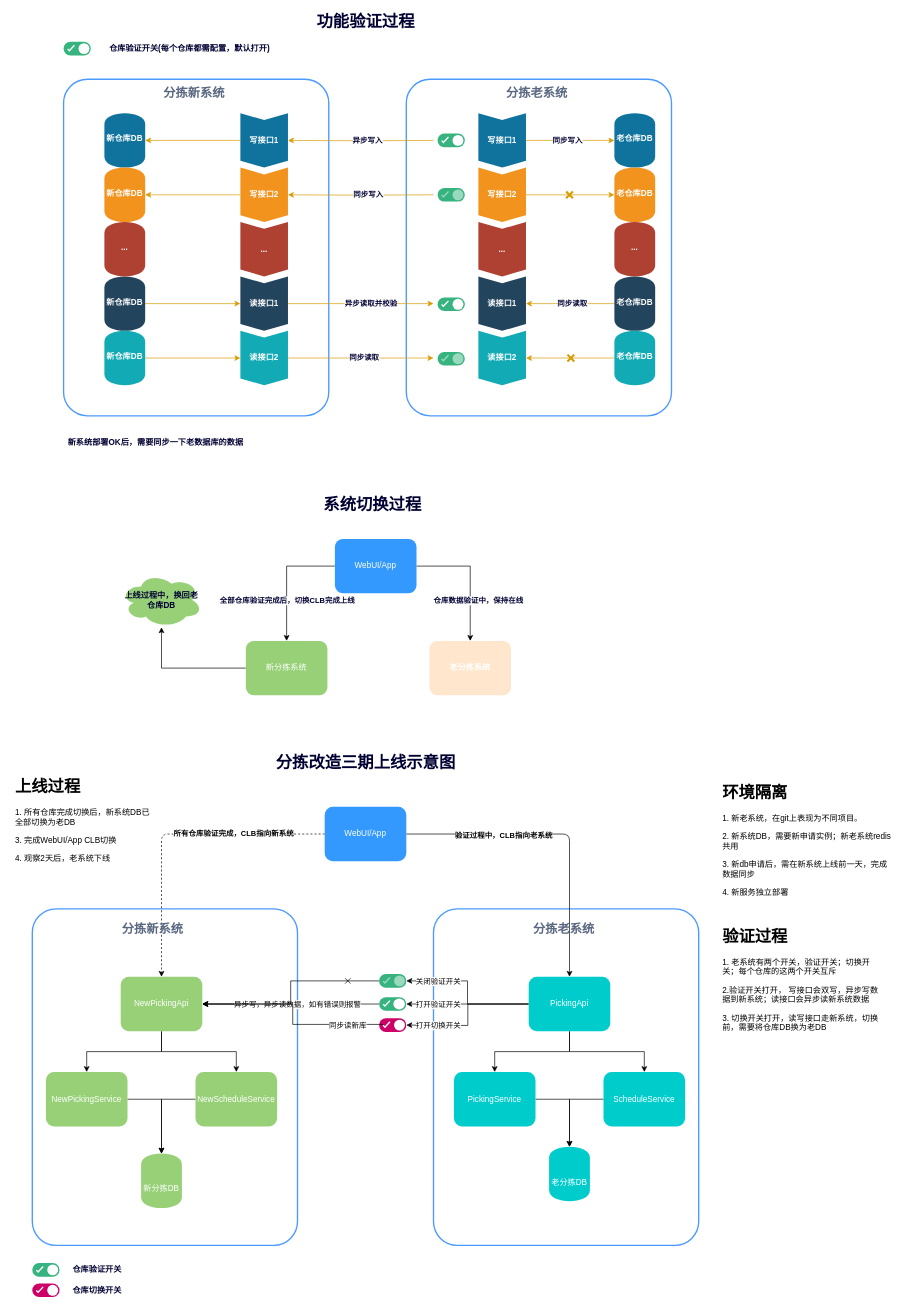
frakaka/mybatis-3 keeps this draw.io diagram as 分拣三期切换.drawio. Above is the earlier version. Source tidied: cells renumbered, new cells numbered last; positions are measured from the earlier drawing's top-left corner, leaving out a move shared by most shapes. Both pictures are drawn from the tidied source at 68%, with x=0, y=0 at pixel (12, 12).
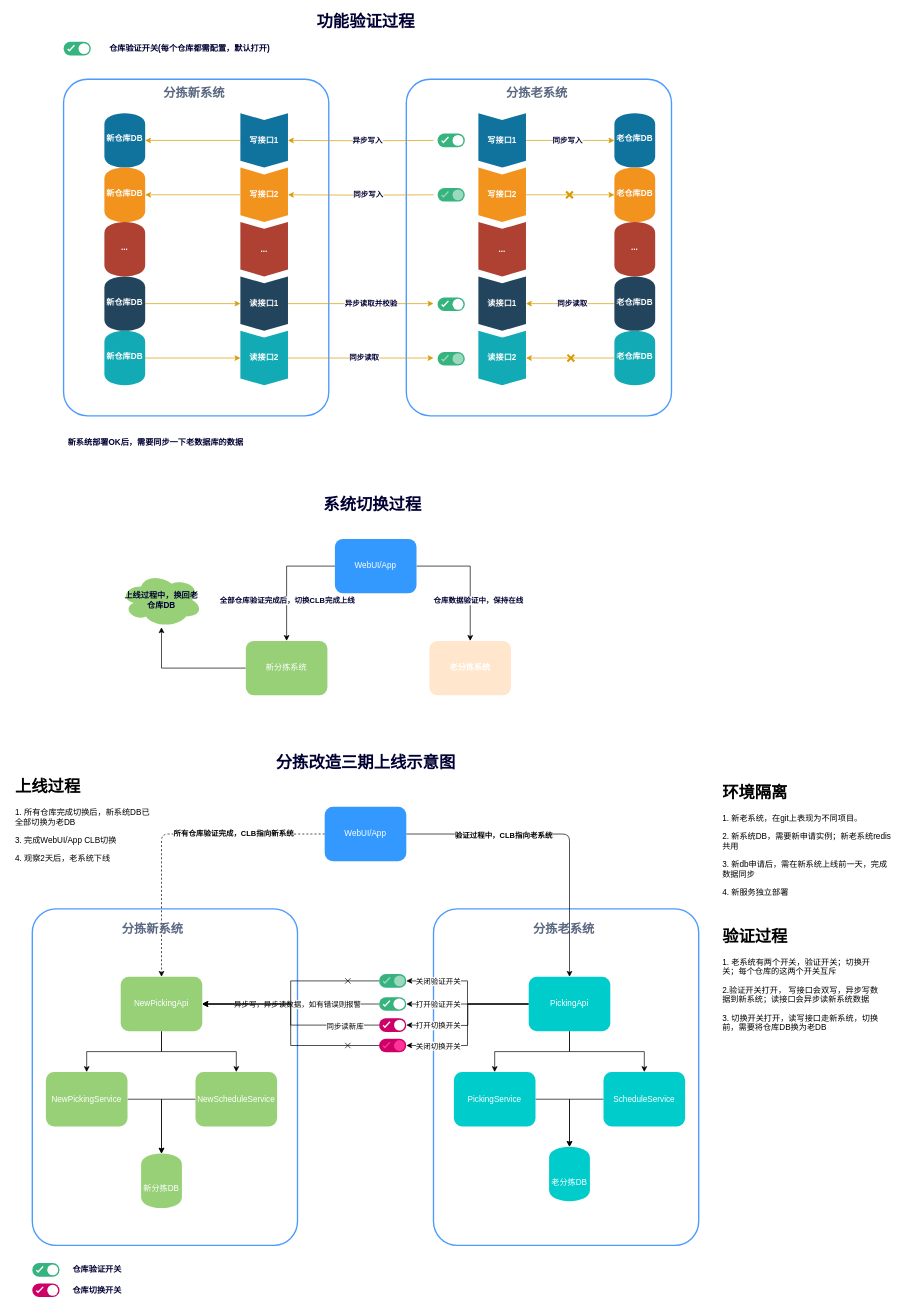
The same diagram, later.

Commit message:
Update 分拣三期切换.drawio

Unchanged cells that the change refers to:
```xml
<mxCell id="84" value="NewPickingApi" style="shape=ext;rounded=1;html=1;whiteSpace=wrap;fillColor=#97D077;fontColor=#FFFFFF;strokeColor=none;" parent="1" vertex="1">
  <mxGeometry x="160" y="1419" width="120" height="80" as="geometry" />
</mxCell>
<mxCell id="97" value="PickingApi" style="shape=ext;rounded=1;html=1;whiteSpace=wrap;fontColor=#FFFFFF;strokeColor=none;fillColor=#00CCCC;" parent="1" vertex="1">
  <mxGeometry x="760" y="1419" width="120" height="80" as="geometry" />
</mxCell>
<mxCell id="127" style="strokeColor=none;rounded=1;arcSize=50;fontColor=#000033;fillColor=#CC0066;" parent="1" vertex="1">
  <mxGeometry x="540" y="1480" width="40" height="20" as="geometry" />
</mxCell>
<mxCell id="129" style="html=1;shadow=0;dashed=0;shape=mxgraph.atlassian.check;strokeColor=#ffffff;strokeWidth=2;" parent="127" vertex="1">
  <mxGeometry y="0.5" width="10" height="8" relative="1" as="geometry">
    <mxPoint x="6" y="-5" as="offset" />
  </mxGeometry>
</mxCell>
```

The edit, as a diff of the source:
```diff
@@
+    <mxCell id="132" style="edgeStyle=orthogonalEdgeStyle;rounded=0;jettySize=auto;html=1;entryX=1;entryY=0.5;entryDx=0;entryDy=0;" parent="1" edge="1" source="97" target="134">
+      <mxGeometry relative="1" as="geometry" />
+    </mxCell>
+    <mxCell id="133" value="关闭切换开关" style="edgeLabel;html=1;align=center;verticalAlign=middle;" parent="132" vertex="1">
+      <mxGeometry x="0.74" y="-1" relative="1" as="geometry">
+        <mxPoint x="15" y="1" as="offset" />
+      </mxGeometry>
+    </mxCell>
@@
+    <mxCell id="134" style="strokeColor=none;rounded=1;arcSize=50;fontColor=#000033;fillColor=#CC0066;" parent="1" vertex="1">
+      <mxGeometry x="540" y="1510" width="40" height="20" as="geometry" />
+    </mxCell>
+    <mxCell id="135" style="shape=ellipse;strokeColor=none;fillColor=#FF3399;" parent="134" vertex="1">
+      <mxGeometry x="1" y="0.5" width="16" height="16" relative="1" as="geometry">
+        <mxPoint x="-18" y="-8" as="offset" />
+      </mxGeometry>
+    </mxCell>
+    <mxCell id="136" style="html=1;shadow=0;dashed=0;shape=mxgraph.atlassian.check;strokeWidth=2;strokeColor=#FF3399;" parent="134" vertex="1">
+      <mxGeometry y="0.5" width="10" height="8" relative="1" as="geometry">
+        <mxPoint x="6" y="-5" as="offset" />
+      </mxGeometry>
+    </mxCell>
-    <mxCell id="130" style="edgeStyle=orthogonalEdgeStyle;rounded=0;jettySize=auto;html=1;entryX=1;entryY=0.5;entryDx=0;entryDy=0;" parent="127" edge="1" source="129" target="84">
+    <mxCell id="130" style="edgeStyle=orthogonalEdgeStyle;rounded=0;jettySize=auto;html=1;entryX=1;entryY=0.5;entryDx=0;entryDy=0;exitX=0;exitY=0.5;exitDx=0;exitDy=0;" parent="1" edge="1" source="127" target="84">
       <mxGeometry relative="1" as="geometry" />
     </mxCell>
@@
+    <mxCell id="137" style="edgeStyle=orthogonalEdgeStyle;rounded=0;jettySize=auto;html=1;entryX=1;entryY=0.5;entryDx=0;entryDy=0;exitX=0;exitY=0.5;exitDx=0;exitDy=0;" parent="1" edge="1" source="134" target="84">
+      <mxGeometry relative="1" as="geometry" />
+    </mxCell>
+    <mxCell id="138" style="shape=umlDestroy;whiteSpace=wrap;html=1;strokeWidth=1;fillColor=#ffe6cc;" parent="1" vertex="1">
+      <mxGeometry x="490" y="1516" width="8" height="8" as="geometry" />
+    </mxCell>
```
